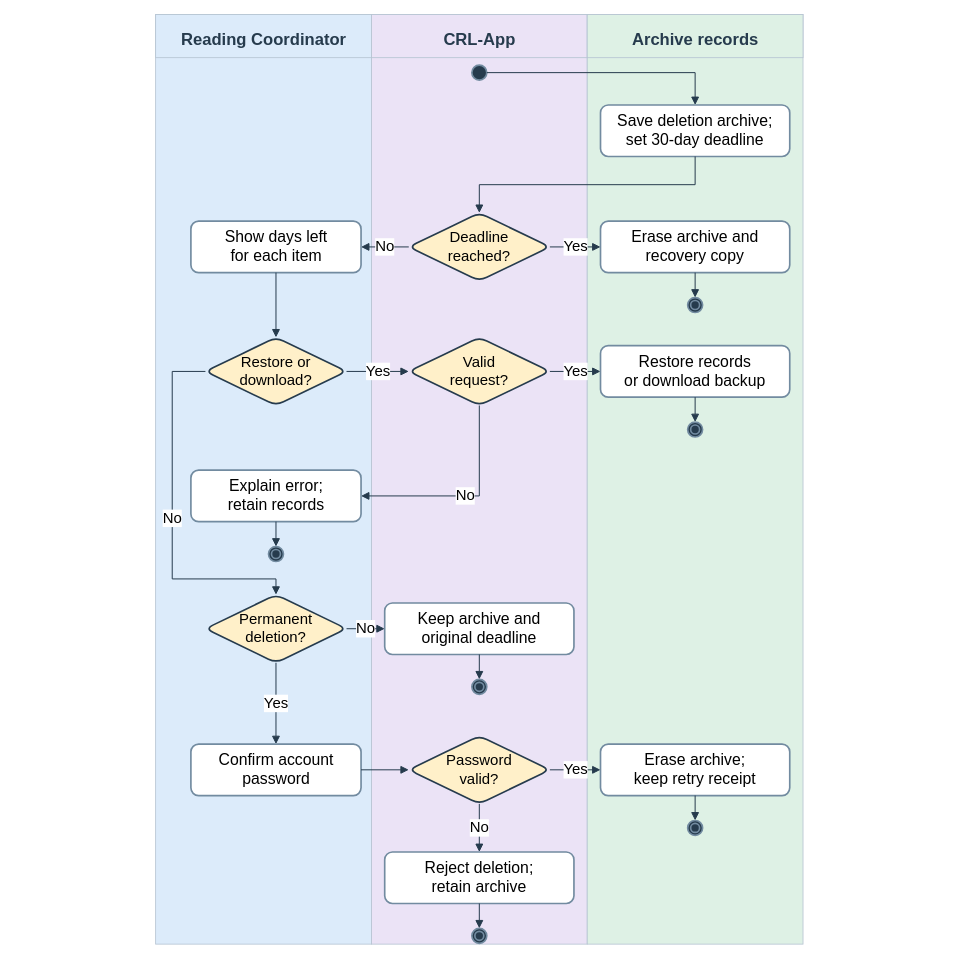
Before: docs/diagrams/class-workspaces/figure-23b-archive-retention.drawio in AkuSayangKamuJudaSayang/crl-app, a draw.io diagram. Source tidied: cells renumbered, new cells numbered last; positions are measured from the earlier drawing's top-left corner, leaving out a move shared by most shapes. Both pictures are drawn from the tidied source at 83%, with x=0, y=0 at pixel (14, 14).
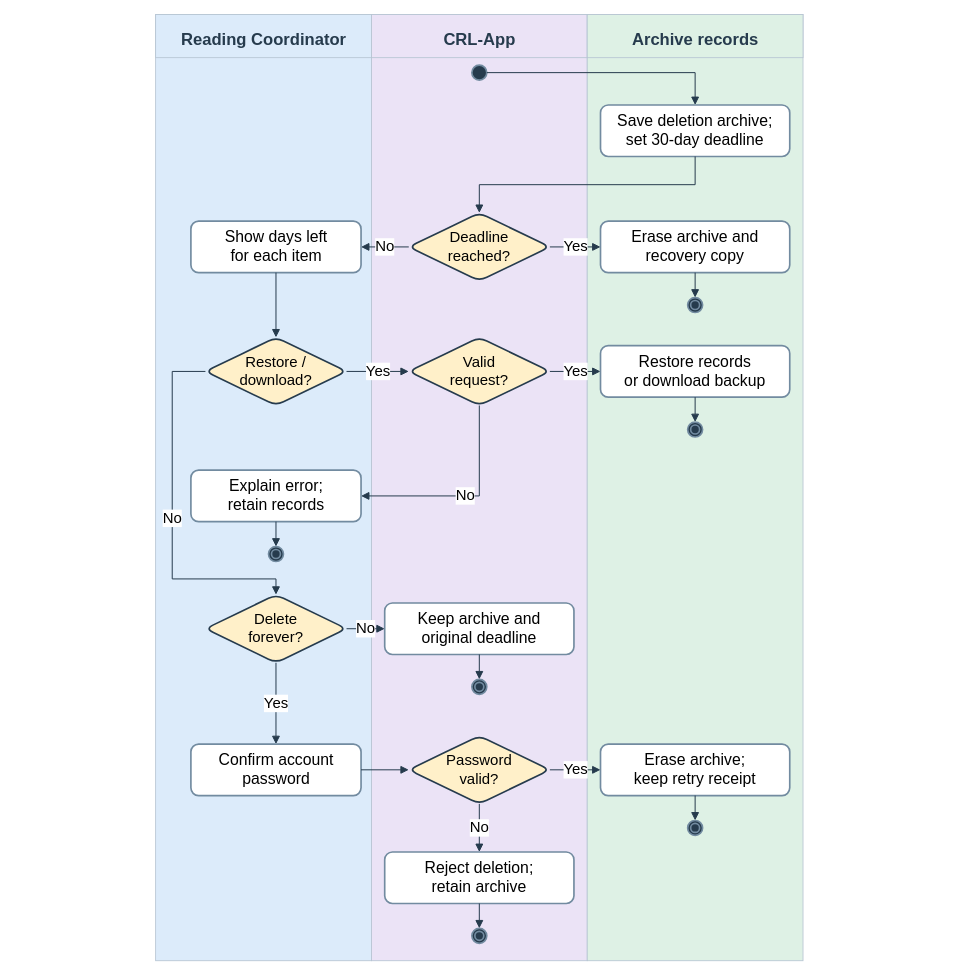
The same page after the edit.

Diff of the diagram source:
```diff
@@
     <mxCell id="2" style="rounded=0;fillColor=#dcebfa;strokeColor=#b6c4d2;" parent="1" vertex="1">
-      <mxGeometry x="170" width="260" height="1120" as="geometry" />
+      <mxGeometry x="170" width="260" height="1140" as="geometry" />
     </mxCell>
@@
     <mxCell id="5" style="rounded=0;fillColor=#ebe3f6;strokeColor=#b6c4d2;" parent="1" vertex="1">
-      <mxGeometry x="430" width="260" height="1120" as="geometry" />
+      <mxGeometry x="430" width="260" height="1140" as="geometry" />
     </mxCell>
@@
     <mxCell id="8" style="rounded=0;fillColor=#def1e5;strokeColor=#b6c4d2;" parent="1" vertex="1">
-      <mxGeometry x="690" width="260" height="1120" as="geometry" />
+      <mxGeometry x="690" width="260" height="1140" as="geometry" />
     </mxCell>
@@
-    <mxCell id="17" value="Restore or&lt;br&gt;download?" style="rounded=1;whiteSpace=wrap;html=1;fontFamily=Arial;fillColor=#ffffff;strokeColor=#728ba0;strokeWidth=2;fontSize=19;shape=rhombus;strokeColor=#263b4d;fillColor=#fff0c9;fontSize=18;" parent="1" vertex="1">
+    <mxCell id="17" value="Restore /&lt;br&gt;download?" style="rounded=1;whiteSpace=wrap;html=1;fontFamily=Arial;fillColor=#ffffff;strokeColor=#728ba0;strokeWidth=2;fontSize=19;shape=rhombus;strokeColor=#263b4d;fillColor=#fff0c9;fontSize=18;" parent="1" vertex="1">
       <mxGeometry x="230" y="389" width="170" height="82" as="geometry" />
     </mxCell>
@@
-    <mxCell id="23" value="Permanent&lt;br&gt;deletion?" style="rounded=1;whiteSpace=wrap;html=1;fontFamily=Arial;fillColor=#ffffff;strokeColor=#728ba0;strokeWidth=2;fontSize=19;shape=rhombus;strokeColor=#263b4d;fillColor=#fff0c9;fontSize=18;" parent="1" vertex="1">
+    <mxCell id="23" value="Delete&lt;br&gt;forever?" style="rounded=1;whiteSpace=wrap;html=1;fontFamily=Arial;fillColor=#ffffff;strokeColor=#728ba0;strokeWidth=2;fontSize=19;shape=rhombus;strokeColor=#263b4d;fillColor=#fff0c9;fontSize=18;" parent="1" vertex="1">
       <mxGeometry x="230" y="699" width="170" height="82" as="geometry" />
     </mxCell>
```
